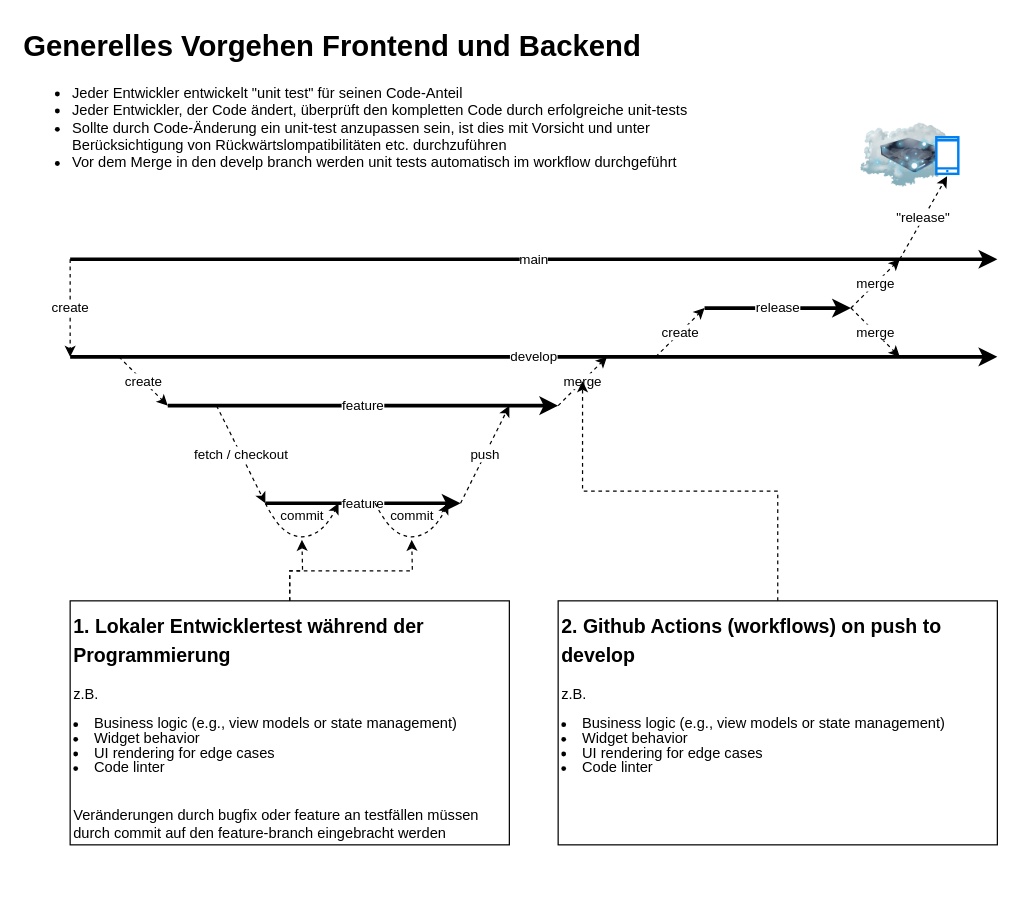
Above: page "test-concept" (8 of 8) of archiv/Unbenanntes Diagramm.drawio in kitanicKS/fireapp_frontend (draw.io), before the change. Source tidied: cells renumbered, new cells numbered last; positions are measured from the earlier drawing's top-left corner, leaving out a move shared by most shapes. Both pictures are drawn from the tidied source at 122%, with x=0, y=0 at pixel (21, 21).
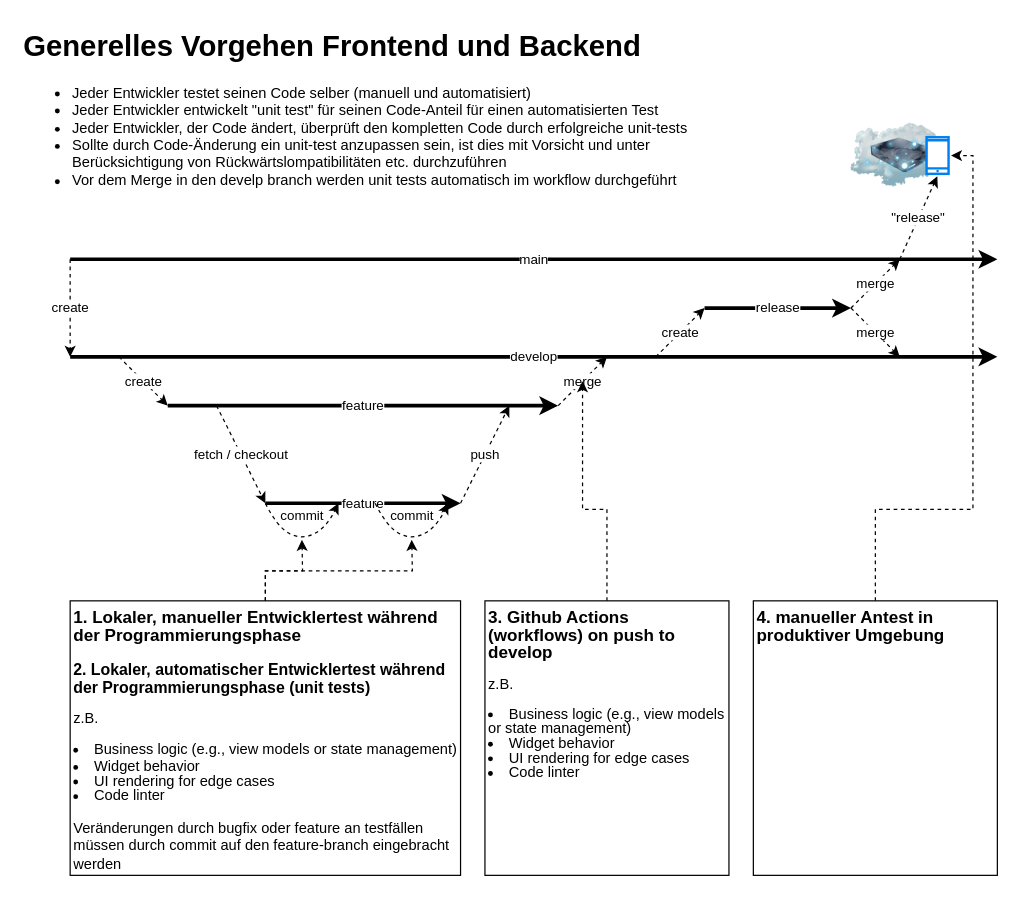
Above is the later version.

Change to the diagram source:
```diff
@@
-    <mxCell id="20" value="&lt;h1 style=&quot;margin-top: 0px; line-height: 100%;&quot;&gt;&lt;font style=&quot;font-size: 16px; line-height: 100%;&quot;&gt;1. Lokaler Entwicklertest während der Programmierung&lt;/font&gt;&lt;/h1&gt;&lt;p style=&quot;margin-top: 0px; line-height: 100%;&quot;&gt;&lt;span style=&quot;background-color: transparent; color: light-dark(rgb(0, 0, 0), rgb(255, 255, 255)); font-size: 12px; font-weight: normal;&quot;&gt;z.B.&amp;nbsp;&lt;/span&gt;&lt;/p&gt;&lt;p&gt;&lt;/p&gt;&lt;p&gt;&lt;/p&gt;&lt;li style=&quot;line-height: 100%;&quot;&gt;&lt;font&gt;Business logic (e.g., view models or state management)&lt;/font&gt;&lt;/li&gt;&lt;li style=&quot;line-height: 100%;&quot;&gt;&lt;font&gt;Widget behavior&lt;/font&gt;&lt;/li&gt;&lt;li style=&quot;line-height: 100%;&quot;&gt;&lt;font&gt;UI rendering for edge cases&lt;/font&gt;&lt;/li&gt;&lt;li style=&quot;line-height: 100%;&quot;&gt;&lt;font&gt;Code linter&lt;/font&gt;&lt;/li&gt;&lt;br&gt;&lt;p&gt;&lt;/p&gt;&lt;p&gt;&lt;/p&gt;&lt;p&gt;&lt;/p&gt;&lt;div&gt;Veränderungen durch bugfix oder feature an testfällen müssen durch commit auf den feature-branch eingebracht werden&amp;nbsp;&lt;/div&gt;" style="text;html=1;whiteSpace=wrap;overflow=hidden;rounded=0;strokeColor=default;spacingLeft=1;spacing=2;" parent="1" vertex="1">
-      <mxGeometry x="40" y="475" width="360" height="200" as="geometry" />
+    <mxCell id="20" value="&lt;h3 style=&quot;margin-top: 0px; line-height: 100%;&quot;&gt;&lt;font style=&quot;line-height: 100%; font-size: 14px;&quot;&gt;1. Lokaler, manueller Entwicklertest während der Programmierungsphase&lt;/font&gt;&lt;/h3&gt;&lt;h3 style=&quot;margin-top: 0px; margin-bottom: 0px; line-height: 100%;&quot;&gt;&lt;span style=&quot;color: light-dark(rgb(0, 0, 0), rgb(255, 255, 255));&quot;&gt;&lt;font style=&quot;font-size: 13px;&quot;&gt;2. Lokaler, automatischer Entwicklertest während der Programmierungsphase (unit tests)&lt;/font&gt;&lt;/span&gt;&lt;/h3&gt;&lt;p style=&quot;margin-top: 0px; margin-bottom: 0px; line-height: 100%;&quot;&gt;&lt;span style=&quot;color: light-dark(rgb(0, 0, 0), rgb(255, 255, 255)); font-size: 12px; font-weight: normal;&quot;&gt;&lt;br&gt;&lt;/span&gt;&lt;/p&gt;&lt;p style=&quot;margin-top: 0px; margin-bottom: 0px; line-height: 100%;&quot;&gt;&lt;span style=&quot;color: light-dark(rgb(0, 0, 0), rgb(255, 255, 255)); font-size: 12px; font-weight: normal;&quot;&gt;z.B.&amp;nbsp;&lt;/span&gt;&lt;/p&gt;&lt;p&gt;&lt;/p&gt;&lt;p&gt;&lt;/p&gt;&lt;p style=&quot;line-height: 100%;&quot;&gt;&lt;/p&gt;&lt;p&gt;&lt;/p&gt;&lt;li&gt;&lt;font&gt;Business logic (e.g., view models or state management)&lt;/font&gt;&lt;/li&gt;&lt;li style=&quot;line-height: 100%;&quot;&gt;&lt;font&gt;Widget behavior&lt;/font&gt;&lt;/li&gt;&lt;li style=&quot;line-height: 100%;&quot;&gt;&lt;font&gt;UI rendering for edge cases&lt;/font&gt;&lt;/li&gt;&lt;li style=&quot;line-height: 100%;&quot;&gt;Code linter&lt;/li&gt;&lt;br&gt;Veränderungen durch bugfix oder feature an testfällen müssen durch commit auf den feature-branch eingebracht werden&amp;nbsp;&lt;p&gt;&lt;/p&gt;&lt;p&gt;&lt;/p&gt;&lt;p&gt;&lt;/p&gt;&lt;p&gt;&lt;/p&gt;&lt;p&gt;&lt;/p&gt;&lt;p&gt;&lt;/p&gt;" style="text;html=1;whiteSpace=wrap;overflow=hidden;rounded=0;strokeColor=default;spacingLeft=1;spacing=2;" parent="1" vertex="1">
+      <mxGeometry x="40" y="475" width="320" height="225" as="geometry" />
     </mxCell>
-    <mxCell id="21" style="edgeStyle=orthogonalEdgeStyle;rounded=0;jettySize=auto;html=1;dashed=1;" parent="1" edge="1" source="22">
+    <mxCell id="21" style="edgeStyle=orthogonalEdgeStyle;rounded=0;jettySize=auto;html=1;dashed=1;exitX=0.5;exitY=0;exitDx=0;exitDy=0;" parent="1" edge="1" source="22">
       <mxGeometry relative="1" as="geometry">
         <mxPoint x="460" y="295" as="targetPoint" />
         <Array as="points">
-          <mxPoint x="620" y="385" />
-          <mxPoint x="460" y="385" />
+          <mxPoint x="480" y="400" />
+          <mxPoint x="460" y="400" />
         </Array>
       </mxGeometry>
     </mxCell>
-    <mxCell id="22" value="&lt;h1 style=&quot;margin-top: 0px; line-height: 100%;&quot;&gt;&lt;font style=&quot;font-size: 16px; line-height: 100%;&quot;&gt;2. Github Actions (workflows) on push to develop&lt;/font&gt;&lt;/h1&gt;&lt;p style=&quot;margin-top: 0px; line-height: 100%;&quot;&gt;&lt;span style=&quot;background-color: transparent; color: light-dark(rgb(0, 0, 0), rgb(255, 255, 255)); font-size: 12px; font-weight: normal;&quot;&gt;z.B.&amp;nbsp;&lt;/span&gt;&lt;/p&gt;&lt;p&gt;&lt;/p&gt;&lt;p&gt;&lt;/p&gt;&lt;li style=&quot;line-height: 100%;&quot;&gt;&lt;font&gt;Business logic (e.g., view models or state management)&lt;/font&gt;&lt;/li&gt;&lt;li style=&quot;line-height: 100%;&quot;&gt;&lt;font&gt;Widget behavior&lt;/font&gt;&lt;/li&gt;&lt;li style=&quot;line-height: 100%;&quot;&gt;&lt;font&gt;UI rendering for edge cases&lt;/font&gt;&lt;/li&gt;&lt;li style=&quot;line-height: 100%;&quot;&gt;&lt;font&gt;Code linter&lt;/font&gt;&lt;/li&gt;&lt;p&gt;&lt;/p&gt;&lt;p&gt;&lt;/p&gt;&lt;p&gt;&lt;/p&gt;" style="text;html=1;whiteSpace=wrap;overflow=hidden;rounded=0;strokeColor=default;spacingLeft=1;" parent="1" vertex="1">
-      <mxGeometry x="440" y="475" width="360" height="200" as="geometry" />
+    <mxCell id="22" value="&lt;h3 style=&quot;margin-top: 0px; line-height: 100%;&quot;&gt;&lt;font style=&quot;line-height: 100%; font-size: 14px;&quot;&gt;3. Github Actions (workflows) on push to develop&lt;/font&gt;&lt;/h3&gt;&lt;p style=&quot;margin-top: 0px; line-height: 100%;&quot;&gt;&lt;span style=&quot;background-color: transparent; color: light-dark(rgb(0, 0, 0), rgb(255, 255, 255)); font-size: 12px; font-weight: normal;&quot;&gt;z.B.&amp;nbsp;&lt;/span&gt;&lt;/p&gt;&lt;p&gt;&lt;/p&gt;&lt;p&gt;&lt;/p&gt;&lt;li style=&quot;line-height: 100%;&quot;&gt;&lt;font&gt;Business logic (e.g., view models or state management)&lt;/font&gt;&lt;/li&gt;&lt;li style=&quot;line-height: 100%;&quot;&gt;&lt;font&gt;Widget behavior&lt;/font&gt;&lt;/li&gt;&lt;li style=&quot;line-height: 100%;&quot;&gt;&lt;font&gt;UI rendering for edge cases&lt;/font&gt;&lt;/li&gt;&lt;li style=&quot;line-height: 100%;&quot;&gt;&lt;font&gt;Code linter&lt;/font&gt;&lt;/li&gt;&lt;p&gt;&lt;/p&gt;&lt;p&gt;&lt;/p&gt;&lt;p&gt;&lt;/p&gt;" style="text;html=1;whiteSpace=wrap;overflow=hidden;rounded=0;strokeColor=default;spacingLeft=1;" parent="1" vertex="1">
+      <mxGeometry x="380" y="475" width="200" height="225" as="geometry" />
     </mxCell>
-    <mxCell id="23" value="&lt;h1 style=&quot;margin-top: 0px;&quot;&gt;Generelles Vorgehen Frontend und Backend&lt;/h1&gt;&lt;p&gt;&lt;/p&gt;&lt;ul&gt;&lt;li&gt;Jeder Entwickler entwickelt &quot;unit test&quot; für seinen Code-Anteil&lt;/li&gt;&lt;li&gt;Jeder Entwickler, der Code ändert, überprüft den kompletten Code durch erfolgreiche unit-tests&lt;/li&gt;&lt;li&gt;Sollte durch Code-Änderung ein unit-test anzupassen sein, ist dies mit Vorsicht und unter Berücksichtigung von Rückwärtslompatibilitäten etc. durchzuführen&amp;nbsp;&lt;/li&gt;&lt;li&gt;Vor dem Merge in den develp branch werden unit tests automatisch im workflow durchgeführt&lt;/li&gt;&lt;/ul&gt;&lt;p&gt;&lt;/p&gt;" style="text;html=1;whiteSpace=wrap;overflow=hidden;rounded=0;" parent="1" vertex="1">
-      <mxGeometry width="560" height="130" as="geometry" />
+    <mxCell id="23" value="&lt;h1 style=&quot;margin-top: 0px;&quot;&gt;Generelles Vorgehen Frontend und Backend&lt;/h1&gt;&lt;p&gt;&lt;/p&gt;&lt;ul&gt;&lt;li&gt;Jeder Entwickler testet seinen Code selber (manuell und automatisiert)&lt;/li&gt;&lt;li&gt;Jeder Entwickler entwickelt &quot;unit test&quot; für seinen Code-Anteil für einen automatisierten Test&lt;/li&gt;&lt;li&gt;Jeder Entwickler, der Code ändert, überprüft den kompletten Code durch erfolgreiche unit-tests&lt;/li&gt;&lt;li&gt;Sollte durch Code-Änderung ein unit-test anzupassen sein, ist dies mit Vorsicht und unter Berücksichtigung von Rückwärtslompatibilitäten etc. durchzuführen&amp;nbsp;&lt;/li&gt;&lt;li&gt;Vor dem Merge in den develp branch werden unit tests automatisch im workflow durchgeführt&lt;/li&gt;&lt;/ul&gt;&lt;p&gt;&lt;/p&gt;" style="text;html=1;whiteSpace=wrap;overflow=hidden;rounded=0;" parent="1" vertex="1">
+      <mxGeometry width="560" height="140" as="geometry" />
     </mxCell>
     <mxCell id="24" style="image;html=1;image=img/lib/clip_art/networking/Cloud_Storage_128x128.png;" parent="1" vertex="1">
-      <mxGeometry x="688" y="70" width="80" height="80" as="geometry" />
+      <mxGeometry x="680" y="70" width="80" height="80" as="geometry" />
     </mxCell>
     <mxCell id="25" style="html=1;verticalLabelPosition=bottom;align=center;labelBackgroundColor=#ffffff;verticalAlign=top;strokeWidth=2;strokeColor=#0080F0;shadow=0;dashed=0;shape=mxgraph.ios7.icons.smartphone;" parent="1" vertex="1">
-      <mxGeometry x="750" y="95" width="18" height="30" as="geometry" />
+      <mxGeometry x="742" y="95" width="18" height="30" as="geometry" />
     </mxCell>
+    <mxCell id="26" value="&lt;h3 style=&quot;margin-top: 0px; line-height: 100%;&quot;&gt;&lt;font style=&quot;line-height: 100%; font-size: 14px;&quot;&gt;4. manueller Antest in produktiver Umgebung&lt;/font&gt;&lt;/h3&gt;&lt;p style=&quot;margin-top: 0px; line-height: 100%;&quot;&gt;&lt;br&gt;&lt;/p&gt;&lt;p&gt;&lt;/p&gt;&lt;p&gt;&lt;/p&gt;&lt;p&gt;&lt;/p&gt;" style="text;html=1;whiteSpace=wrap;overflow=hidden;rounded=0;strokeColor=default;spacingLeft=1;" parent="1" vertex="1">
+      <mxGeometry x="600" y="475" width="200" height="225" as="geometry" />
+    </mxCell>
+    <mxCell id="27" style="edgeStyle=orthogonalEdgeStyle;rounded=0;jettySize=auto;html=1;dashed=1;exitX=0.5;exitY=0;exitDx=0;exitDy=0;entryX=1.111;entryY=0.5;entryDx=0;entryDy=0;entryPerimeter=0;" parent="1" edge="1" source="26" target="25">
+      <mxGeometry relative="1" as="geometry">
+        <Array as="points">
+          <mxPoint x="700" y="400" />
+          <mxPoint x="780" y="400" />
+          <mxPoint x="780" y="110" />
+        </Array>
+      </mxGeometry>
+    </mxCell>
```
